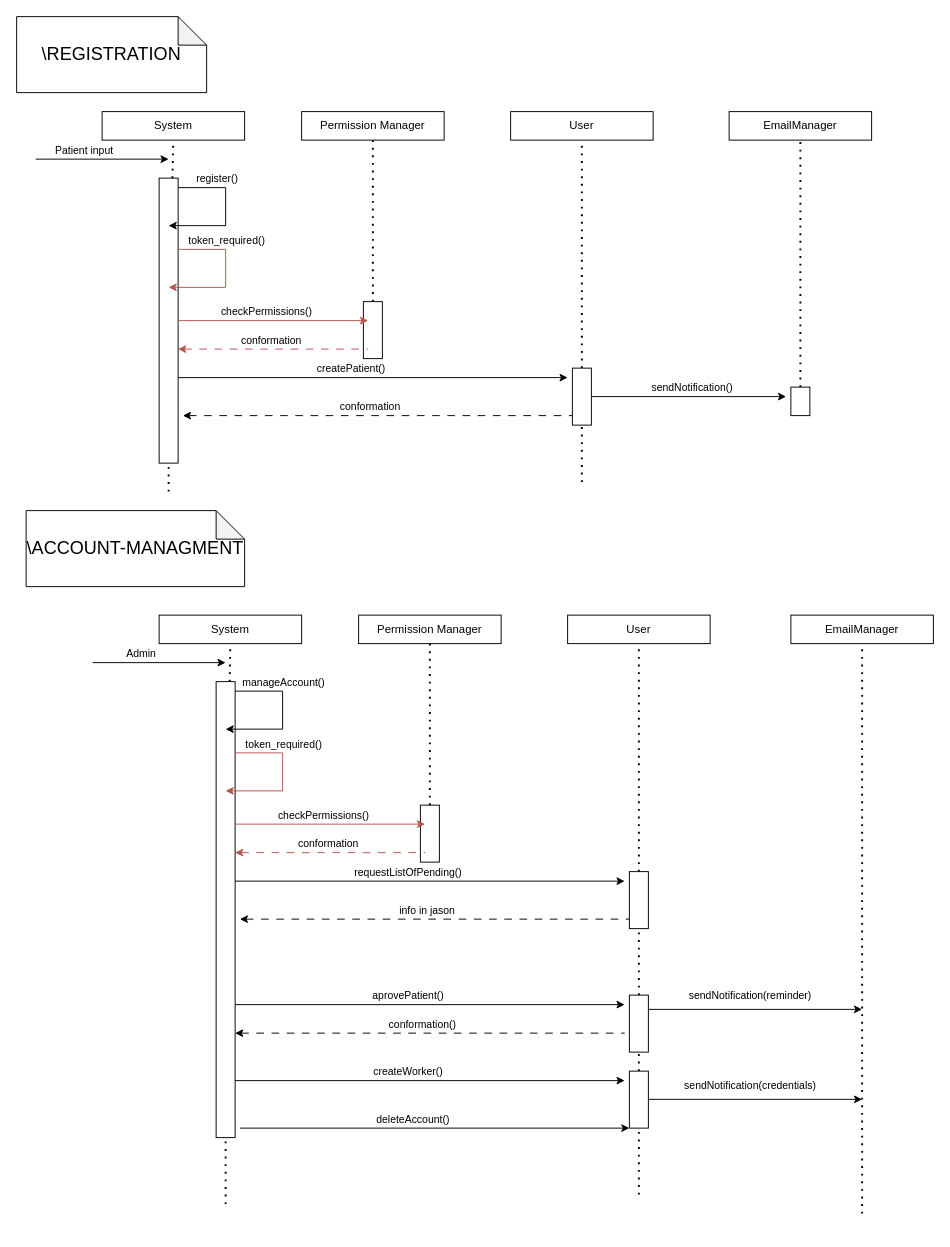
Above: Project_Documentation/sequence_design/Registration.drawio in IndecentTulip/Online-Health-Monitoring-System (draw.io), before the change. Source tidied: cells renumbered, new cells numbered last; positions are measured from the earlier drawing's top-left corner, leaving out a move shared by most shapes. Both pictures are drawn from the tidied source at 95%, with x=0, y=0 at pixel (16, 16).
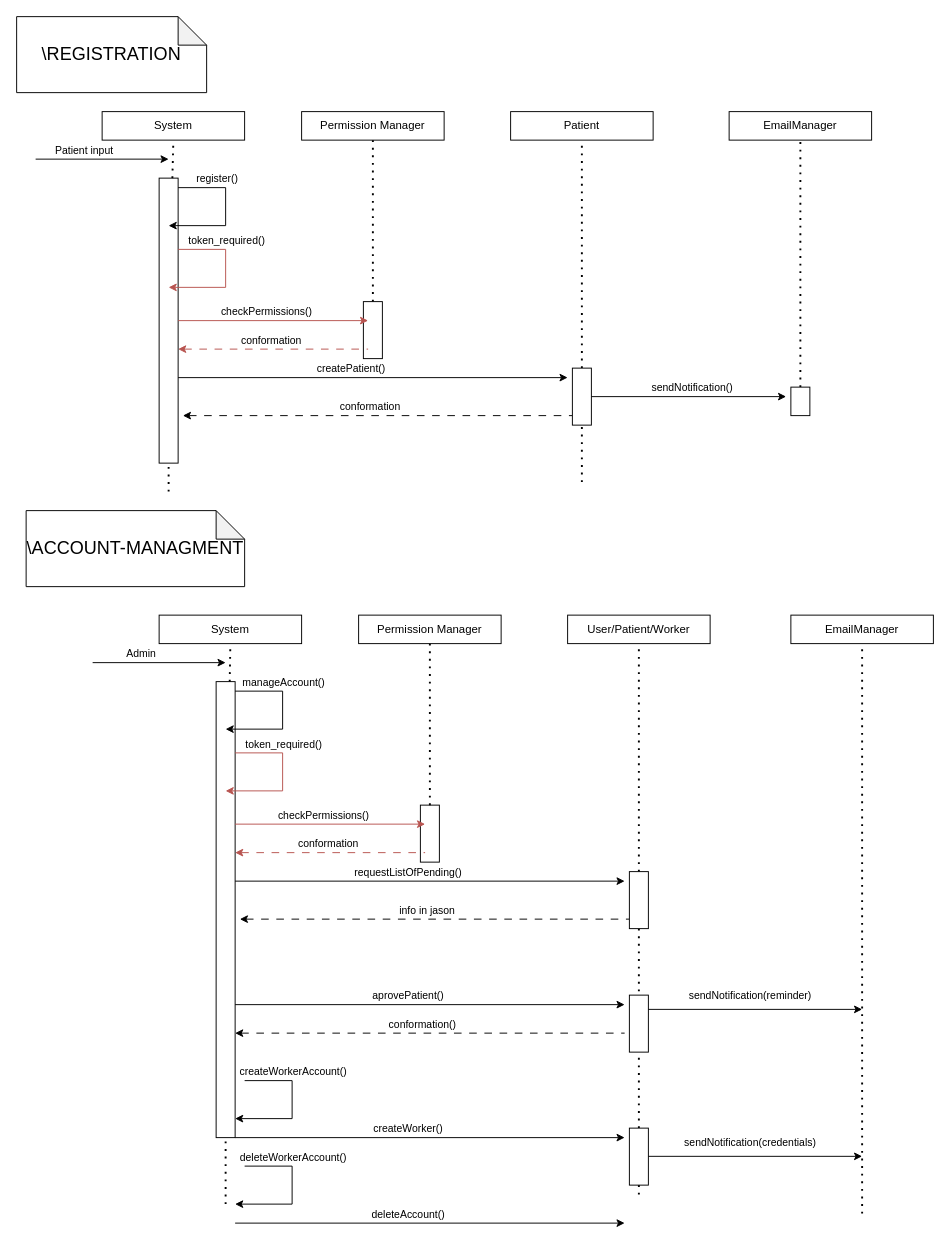
Above is the later version.

Change to the diagram source:
```diff
@@
-    <mxCell id="16" value="User" style="rounded=0;whiteSpace=wrap;html=1;" parent="1" vertex="1">
+    <mxCell id="16" value="Patient" style="rounded=0;whiteSpace=wrap;html=1;" parent="1" vertex="1">
       <mxGeometry x="520" y="100" width="150" height="30" as="geometry" />
     </mxCell>
@@
-    <mxCell id="43" value="User" style="rounded=0;whiteSpace=wrap;html=1;" parent="1" vertex="1">
+    <mxCell id="43" value="User/Patient/Worker" style="rounded=0;whiteSpace=wrap;html=1;" parent="1" vertex="1">
       <mxGeometry x="580" y="630" width="150" height="30" as="geometry" />
     </mxCell>
@@
     <mxCell id="61" style="endArrow=classic;html=1;rounded=0;" parent="1" edge="1">
       <mxGeometry relative="1" as="geometry">
-        <mxPoint x="230" y="1120" as="sourcePoint" />
-        <mxPoint x="640" y="1120" as="targetPoint" />
+        <mxPoint x="230" y="1180" as="sourcePoint" />
+        <mxPoint x="640" y="1180" as="targetPoint" />
       </mxGeometry>
     </mxCell>
@@
     <mxCell id="63" style="endArrow=classic;html=1;rounded=0;" parent="1" edge="1">
       <mxGeometry relative="1" as="geometry">
-        <mxPoint x="235" y="1170" as="sourcePoint" />
-        <mxPoint x="645" y="1170" as="targetPoint" />
+        <mxPoint x="230" y="1270" as="sourcePoint" />
+        <mxPoint x="640" y="1270" as="targetPoint" />
       </mxGeometry>
     </mxCell>
@@
     <mxCell id="71" style="rounded=0;whiteSpace=wrap;html=1;" parent="1" vertex="1">
-      <mxGeometry x="645" y="1110" width="20" height="60" as="geometry" />
+      <mxGeometry x="645" y="1170" width="20" height="60" as="geometry" />
     </mxCell>
@@
     <mxCell id="76" style="endArrow=classic;html=1;rounded=0;exitX=1;exitY=0.25;exitDx=0;exitDy=0;" parent="1" edge="1">
       <mxGeometry relative="1" as="geometry">
-        <mxPoint x="665" y="1139.7" as="sourcePoint" />
-        <mxPoint x="890" y="1139.7" as="targetPoint" />
+        <mxPoint x="665" y="1199.7" as="sourcePoint" />
+        <mxPoint x="890" y="1199.7" as="targetPoint" />
       </mxGeometry>
     </mxCell>
@@
+    <mxCell id="78" style="endArrow=classic;html=1;rounded=0;" parent="1" edge="1">
+      <mxGeometry relative="1" as="geometry">
+        <mxPoint x="240" y="1210" as="sourcePoint" />
+        <mxPoint x="230" y="1250" as="targetPoint" />
+        <Array as="points">
+          <mxPoint x="290" y="1210" />
+          <mxPoint x="290" y="1250" />
+        </Array>
+      </mxGeometry>
+    </mxCell>
+    <mxCell id="79" value="deleteWorkerAccount()" style="edgeLabel;html=1;align=center;verticalAlign=middle;" parent="78" vertex="1">
+      <mxGeometry x="-0.61" y="-2" relative="1" as="geometry">
+        <mxPoint x="21" y="-12" as="offset" />
+      </mxGeometry>
+    </mxCell>
+    <mxCell id="80" style="endArrow=classic;html=1;rounded=0;" parent="1" edge="1">
+      <mxGeometry relative="1" as="geometry">
+        <mxPoint x="240" y="1120" as="sourcePoint" />
+        <mxPoint x="230" y="1160" as="targetPoint" />
+        <Array as="points">
+          <mxPoint x="290" y="1120" />
+          <mxPoint x="290" y="1160" />
+        </Array>
+      </mxGeometry>
+    </mxCell>
+    <mxCell id="81" value="createWorkerAccount()" style="edgeLabel;html=1;align=center;verticalAlign=middle;" parent="80" vertex="1">
+      <mxGeometry x="-0.61" y="-2" relative="1" as="geometry">
+        <mxPoint x="21" y="-12" as="offset" />
+      </mxGeometry>
+    </mxCell>
```
